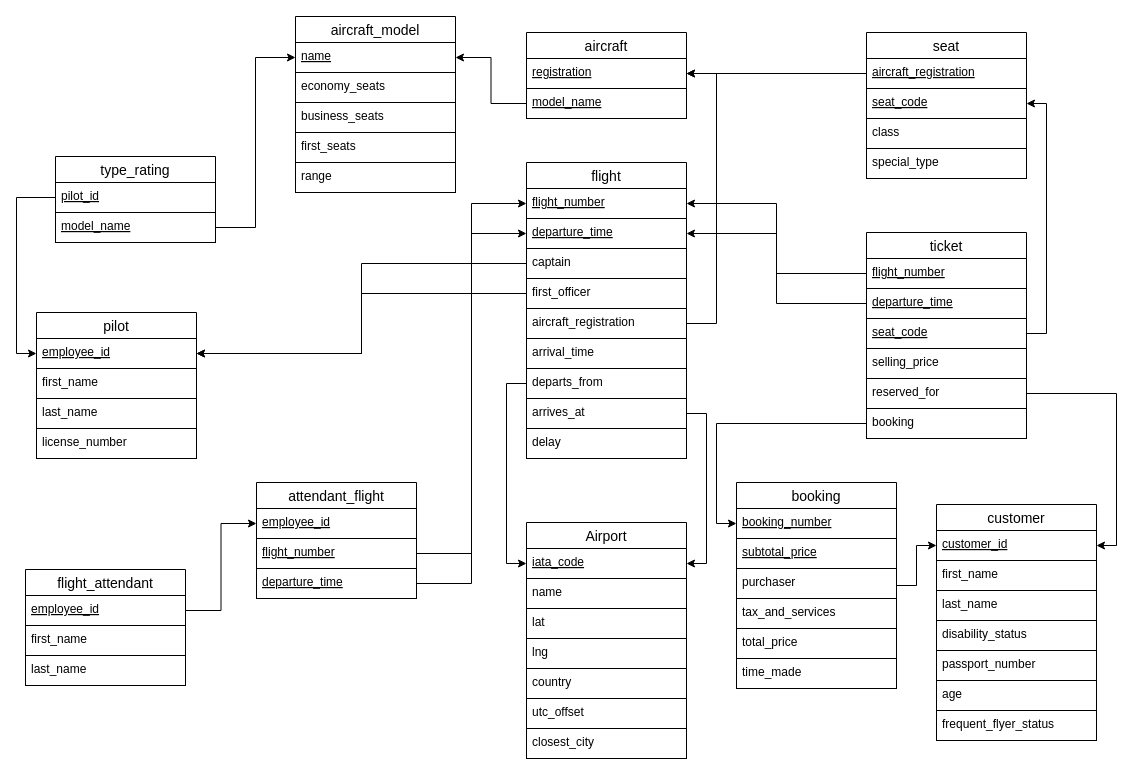
Before: Airline system relational database schema.drawio in lyulka/comp3278, a draw.io diagram. Source tidied: cells renumbered, new cells numbered last; positions are measured from the earlier drawing's top-left corner, leaving out a move shared by most shapes. Both pictures are drawn from the tidied source at 100%, with x=0, y=0 at pixel (25, 16).
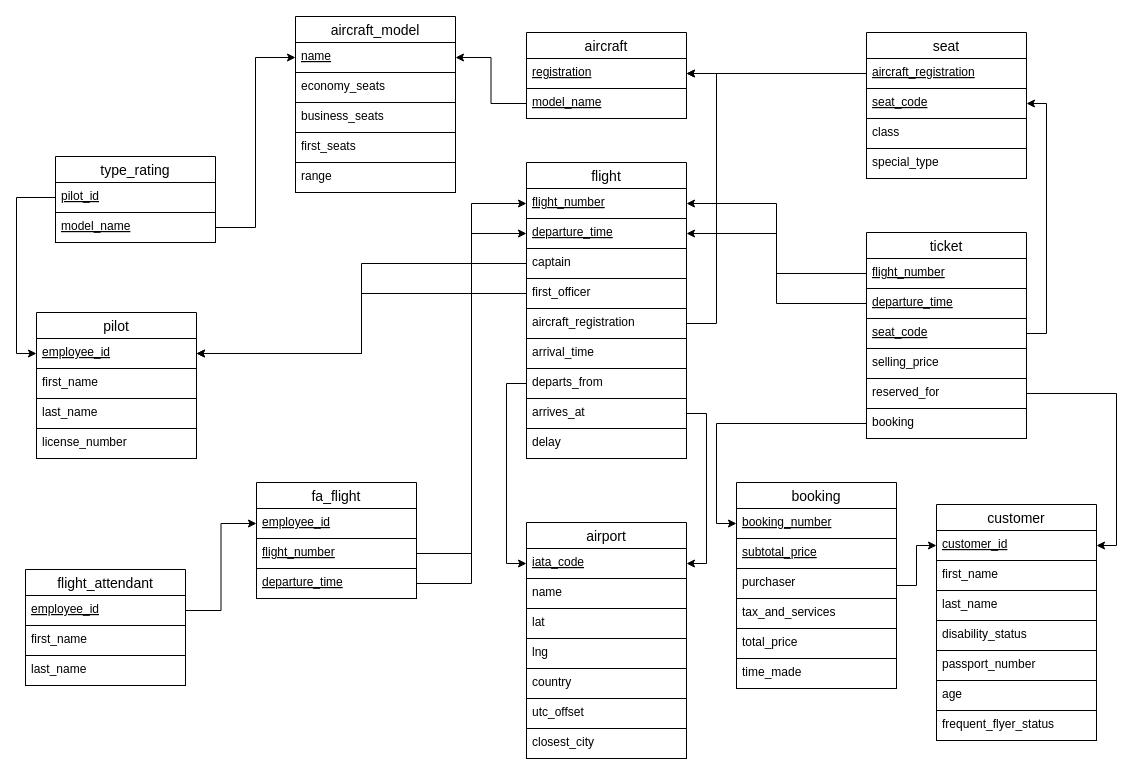
After the change.

Commit message:
rename attendant_flight to fa_flight

Diff of the diagram source:
```diff
@@
-    <mxCell id="24" value="attendant_flight" style="swimlane;fontStyle=0;horizontal=1;startSize=26;align=center;fontSize=14;" parent="1" vertex="1">
+    <mxCell id="24" value="fa_flight" style="swimlane;fontStyle=0;horizontal=1;startSize=26;align=center;fontSize=14;" parent="1" vertex="1">
       <mxGeometry x="231" y="466" width="160" height="116" as="geometry" />
     </mxCell>
@@
-    <mxCell id="46" value="Airport" style="swimlane;fontStyle=0;horizontal=1;startSize=26;align=center;fontSize=14;" parent="1" vertex="1">
+    <mxCell id="46" value="airport" style="swimlane;fontStyle=0;horizontal=1;startSize=26;align=center;fontSize=14;" parent="1" vertex="1">
       <mxGeometry x="501" y="506" width="160" height="236" as="geometry" />
     </mxCell>
```
